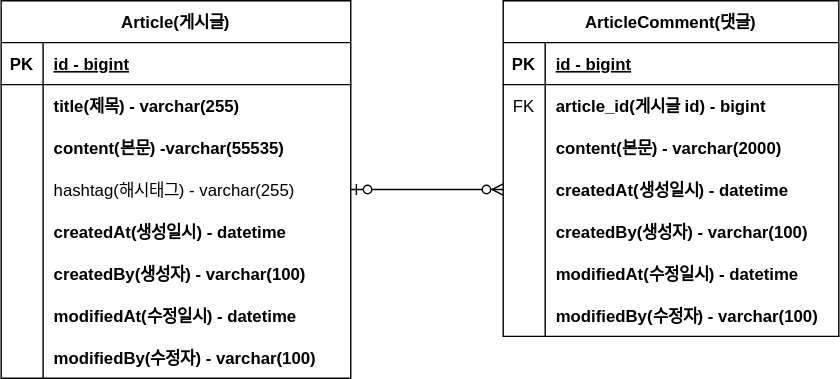
The draw.io diagram document/project-board-erd.svg in astrataraxia/fastcampus-project-board, before a commit. Source tidied: cells renumbered, new cells last; positions are measured from the earlier drawing's top-left corner, leaving out a move shared by most shapes.
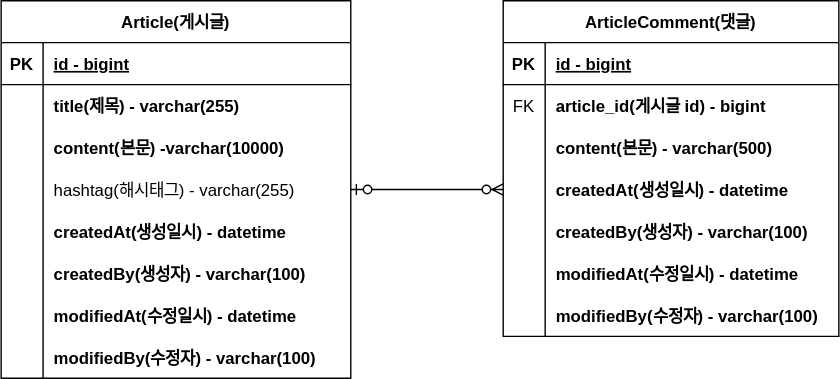
Later version of the same file.

Commit message:
#10 - erd 업데이트: content 사이즈 변경

Change to the diagram source:
```diff
@@ -29,7 +29,7 @@
     <mxCell id="10" style="shape=partialRectangle;overflow=hidden;fillColor=none;top=0;left=0;bottom=0;right=0;" parent="9" vertex="1">
       <mxGeometry width="30" height="30" as="geometry" />
     </mxCell>
-    <mxCell id="11" value="content(본문) -varchar(55535)" style="shape=partialRectangle;overflow=hidden;fillColor=none;top=0;left=0;bottom=0;right=0;align=left;spacingLeft=6;fontStyle=1;" parent="9" vertex="1">
+    <mxCell id="11" value="content(본문) -varchar(10000)" style="shape=partialRectangle;overflow=hidden;fillColor=none;top=0;left=0;bottom=0;right=0;align=left;spacingLeft=6;fontStyle=1;" parent="9" vertex="1">
       <mxGeometry x="30" width="220" height="30" as="geometry" />
     </mxCell>
     <mxCell id="12" style="shape=partialRectangle;fillColor=none;points=[[0,0.5],[1,0.5]];portConstraint=eastwest;top=0;left=0;right=0;bottom=0;" parent="2" vertex="1">
@@ -104,7 +104,7 @@
     <mxCell id="35" style="shape=partialRectangle;overflow=hidden;fillColor=none;top=0;left=0;bottom=0;right=0;" parent="34" vertex="1">
       <mxGeometry width="30" height="30" as="geometry" />
     </mxCell>
-    <mxCell id="36" value="content(본문) - varchar(2000)" style="shape=partialRectangle;overflow=hidden;fillColor=none;top=0;left=0;bottom=0;right=0;align=left;spacingLeft=6;fontStyle=1;" parent="34" vertex="1">
+    <mxCell id="36" value="content(본문) - varchar(500)" style="shape=partialRectangle;overflow=hidden;fillColor=none;top=0;left=0;bottom=0;right=0;align=left;spacingLeft=6;fontStyle=1;" parent="34" vertex="1">
       <mxGeometry x="30" width="210" height="30" as="geometry" />
     </mxCell>
     <mxCell id="37" style="shape=partialRectangle;fillColor=none;points=[[0,0.5],[1,0.5]];portConstraint=eastwest;top=0;left=0;right=0;bottom=0;" parent="27" vertex="1">
```
